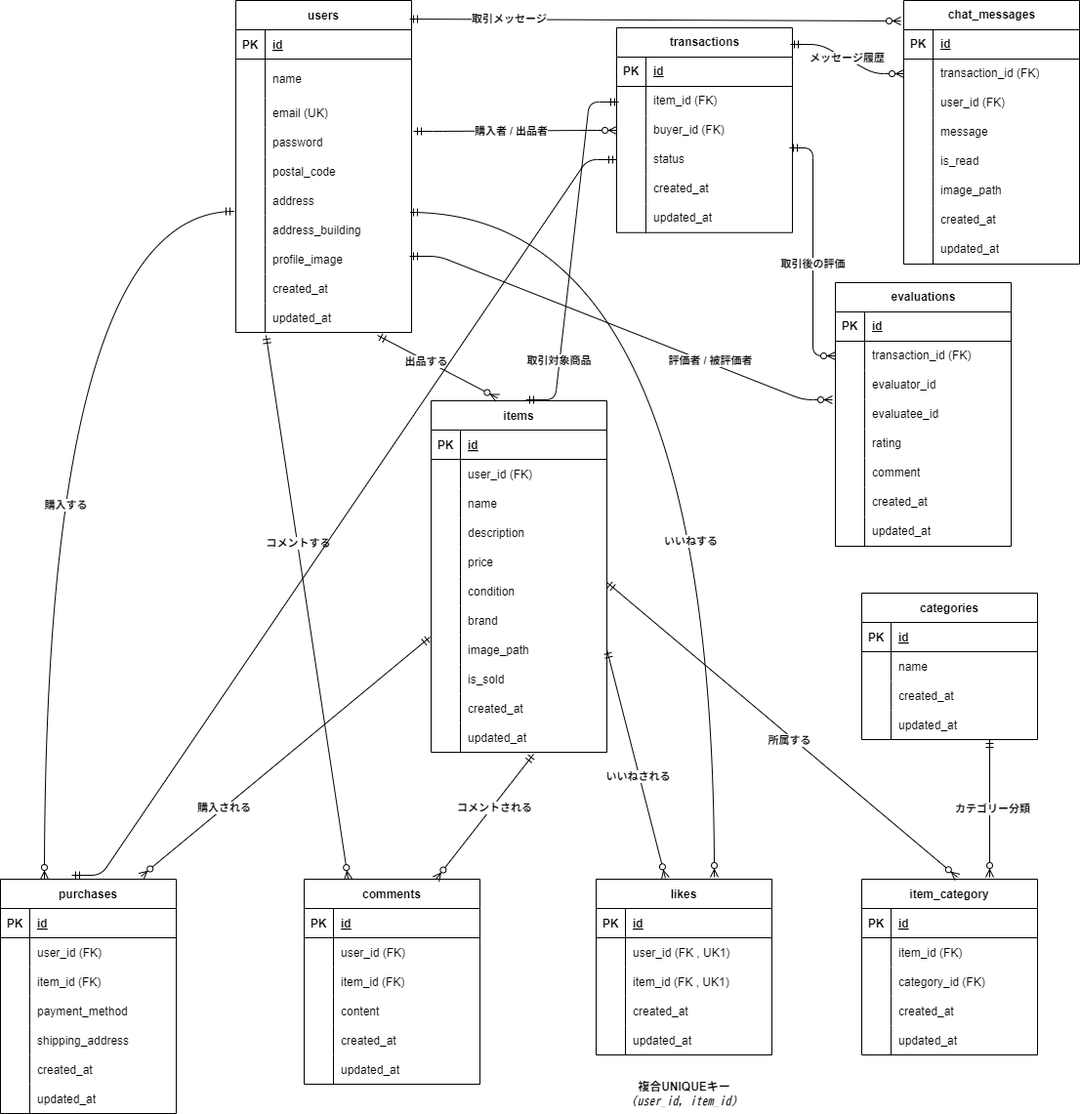
Before: ER.drawio.png, a diagram exported from draw.io (shimodum/mock-project-flea-market-app). Source tidied: cells renumbered, new cells last; positions are measured from the earlier drawing's top-left corner, leaving out a move shared by most shapes.
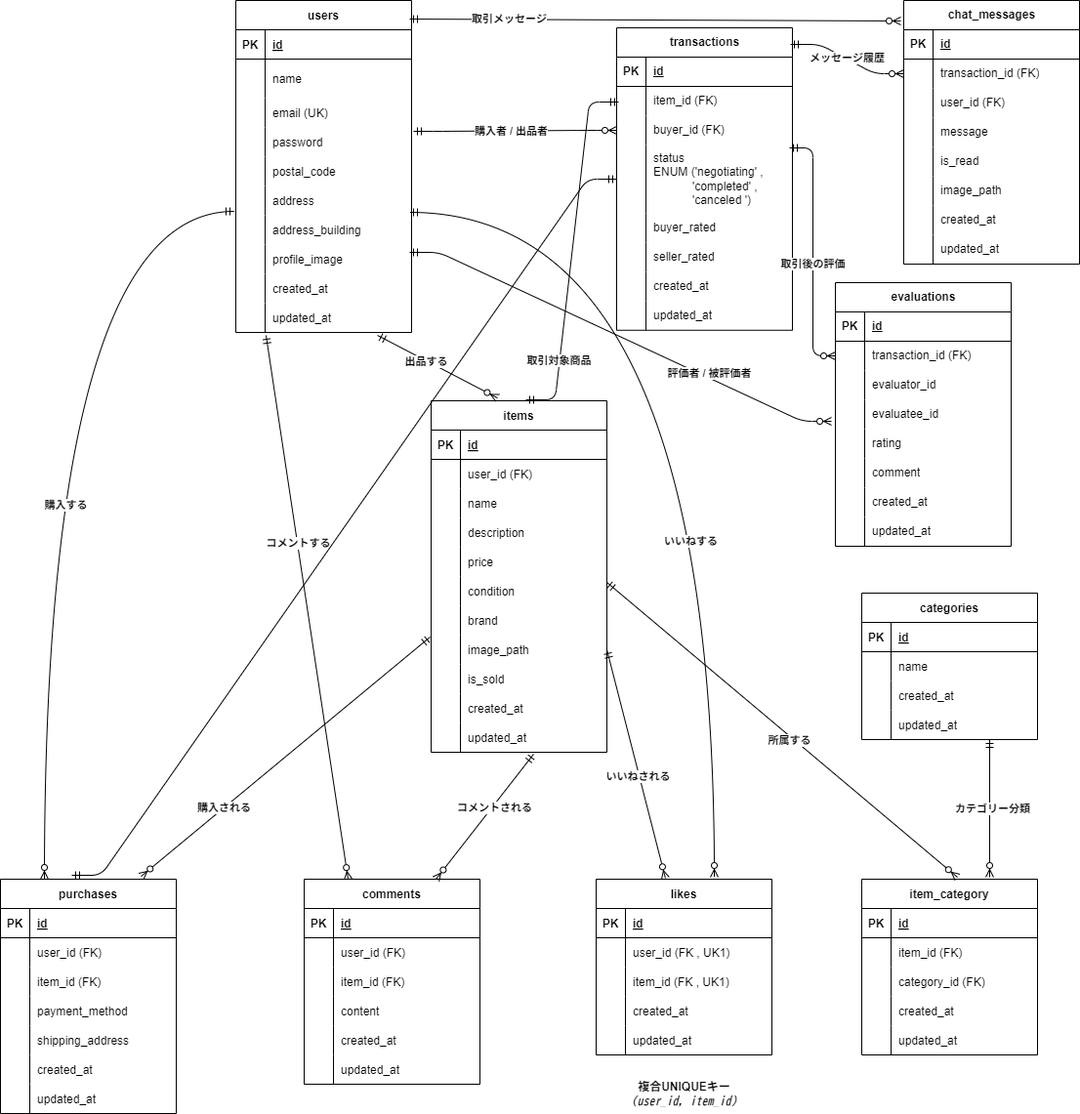
After the commit.

What changed in the source:
```diff
@@ -535,7 +535,7 @@
       </mxGeometry>
     </mxCell>
     <mxCell id="172" value="transactions" style="shape=table;startSize=30;rowLines=0;fontStyle=1;align=center;html=1;" parent="1" vertex="1">
-      <mxGeometry x="631" y="53" width="180" height="209.8" as="geometry" />
+      <mxGeometry x="631" y="53" width="180" height="309.8" as="geometry" />
     </mxCell>
     <mxCell id="173" style="shape=tableRow;horizontal=0;startSize=0;swimlaneHead=0;swimlaneBody=0;fillColor=none;top=0;left=0;right=0;bottom=1;" parent="172" vertex="1">
       <mxGeometry y="30" width="180" height="30" as="geometry" />
@@ -565,32 +565,50 @@
       <mxGeometry x="30" width="150" height="30" as="geometry" />
     </mxCell>
     <mxCell id="182" style="shape=tableRow;horizontal=0;startSize=0;swimlaneHead=0;swimlaneBody=0;fillColor=none;points=[[0,0.5],[1,0.5]];portConstraint=eastwest;top=0;left=0;right=0;bottom=0;" parent="172" vertex="1">
-      <mxGeometry y="120" width="180" height="30" as="geometry" />
+      <mxGeometry y="120" width="180" height="70" as="geometry" />
     </mxCell>
     <mxCell id="183" style="shape=partialRectangle;fillColor=none;top=0;left=0;bottom=0;right=0;overflow=hidden;whiteSpace=wrap;html=1;" parent="182" vertex="1">
-      <mxGeometry width="30" height="30" as="geometry" />
+      <mxGeometry width="30" height="70" as="geometry" />
     </mxCell>
-    <mxCell id="184" value="status" style="shape=partialRectangle;fillColor=none;top=0;left=0;bottom=0;right=0;align=left;spacingLeft=6;overflow=hidden;whiteSpace=wrap;html=1;" parent="182" vertex="1">
-      <mxGeometry x="30" width="150" height="30" as="geometry" />
+    <mxCell id="184" value="status&lt;div&gt;ENUM ('negotiating' ,&lt;/div&gt;&lt;div&gt;&amp;nbsp; &amp;nbsp; &amp;nbsp; &amp;nbsp; &amp;nbsp; &amp;nbsp; 'completed' ,&lt;/div&gt;&lt;div&gt;&amp;nbsp; &amp;nbsp; &amp;nbsp; &amp;nbsp; &amp;nbsp; &amp;nbsp; 'canceled ')&lt;/div&gt;" style="shape=partialRectangle;fillColor=none;top=0;left=0;bottom=0;right=0;align=left;spacingLeft=6;overflow=hidden;whiteSpace=wrap;html=1;" parent="182" vertex="1">
+      <mxGeometry x="30" width="150" height="70" as="geometry" />
     </mxCell>
     <mxCell id="185" style="shape=tableRow;horizontal=0;startSize=0;swimlaneHead=0;swimlaneBody=0;fillColor=none;top=0;left=0;right=0;bottom=0;" parent="172" vertex="1">
-      <mxGeometry y="150" width="180" height="30" as="geometry" />
+      <mxGeometry y="190" width="180" height="30" as="geometry" />
     </mxCell>
     <mxCell id="186" style="shape=partialRectangle;fillColor=none;top=0;left=0;bottom=0;right=0;overflow=hidden;whiteSpace=wrap;html=1;" parent="185" vertex="1">
       <mxGeometry width="30" height="30" as="geometry" />
     </mxCell>
-    <mxCell id="187" value="created_at" style="shape=partialRectangle;fillColor=none;top=0;left=0;bottom=0;right=0;align=left;spacingLeft=6;overflow=hidden;whiteSpace=wrap;html=1;" parent="185" vertex="1">
+    <mxCell id="187" value="buyer_rated" style="shape=partialRectangle;fillColor=none;top=0;left=0;bottom=0;right=0;align=left;spacingLeft=6;overflow=hidden;whiteSpace=wrap;html=1;" parent="185" vertex="1">
       <mxGeometry x="30" width="150" height="30" as="geometry" />
     </mxCell>
     <mxCell id="188" style="shape=tableRow;horizontal=0;startSize=0;swimlaneHead=0;swimlaneBody=0;fillColor=none;top=0;left=0;right=0;bottom=0;" parent="172" vertex="1">
-      <mxGeometry y="180" width="180" height="30" as="geometry" />
+      <mxGeometry y="220" width="180" height="30" as="geometry" />
     </mxCell>
     <mxCell id="189" style="shape=partialRectangle;fillColor=none;top=0;left=0;bottom=0;right=0;overflow=hidden;whiteSpace=wrap;html=1;" parent="188" vertex="1">
       <mxGeometry width="30" height="30" as="geometry" />
     </mxCell>
-    <mxCell id="190" value="updated_at" style="shape=partialRectangle;fillColor=none;top=0;left=0;bottom=0;right=0;align=left;spacingLeft=6;overflow=hidden;whiteSpace=wrap;html=1;" parent="188" vertex="1">
+    <mxCell id="190" value="seller_rated" style="shape=partialRectangle;fillColor=none;top=0;left=0;bottom=0;right=0;align=left;spacingLeft=6;overflow=hidden;whiteSpace=wrap;html=1;" parent="188" vertex="1">
       <mxGeometry x="30" width="150" height="30" as="geometry" />
     </mxCell>
+    <mxCell id="254" style="shape=tableRow;horizontal=0;startSize=0;swimlaneHead=0;swimlaneBody=0;fillColor=none;top=0;left=0;right=0;bottom=0;" parent="172" vertex="1">
+      <mxGeometry y="250" width="180" height="30" as="geometry" />
+    </mxCell>
+    <mxCell id="255" style="shape=partialRectangle;fillColor=none;top=0;left=0;bottom=0;right=0;overflow=hidden;whiteSpace=wrap;html=1;" parent="254" vertex="1">
+      <mxGeometry width="30" height="30" as="geometry" />
+    </mxCell>
+    <mxCell id="256" value="created_at" style="shape=partialRectangle;fillColor=none;top=0;left=0;bottom=0;right=0;align=left;spacingLeft=6;overflow=hidden;whiteSpace=wrap;html=1;" parent="254" vertex="1">
+      <mxGeometry x="30" width="150" height="30" as="geometry" />
+    </mxCell>
+    <mxCell id="257" style="shape=tableRow;horizontal=0;startSize=0;swimlaneHead=0;swimlaneBody=0;fillColor=none;top=0;left=0;right=0;bottom=0;" parent="172" vertex="1">
+      <mxGeometry y="280" width="180" height="30" as="geometry" />
+    </mxCell>
+    <mxCell id="258" style="shape=partialRectangle;fillColor=none;top=0;left=0;bottom=0;right=0;overflow=hidden;whiteSpace=wrap;html=1;" parent="257" vertex="1">
+      <mxGeometry width="30" height="30" as="geometry" />
+    </mxCell>
+    <mxCell id="259" value="updated_at" style="shape=partialRectangle;fillColor=none;top=0;left=0;bottom=0;right=0;align=left;spacingLeft=6;overflow=hidden;whiteSpace=wrap;html=1;" parent="257" vertex="1">
+      <mxGeometry x="30" width="150" height="30" as="geometry" />
+    </mxCell>
     <mxCell id="191" value="chat_messages" style="shape=table;startSize=30;rowLines=0;fontStyle=1;align=center;html=1;" parent="1" vertex="1">
       <mxGeometry x="925" y="25" width="180" height="270" as="geometry" />
     </mxCell>
@@ -783,9 +801,10 @@
         <mxPoint y="23" as="offset" />
       </mxGeometry>
     </mxCell>
-    <mxCell id="250" style="edgeStyle=entityRelationEdgeStyle;fontSize=12;html=1;endArrow=ERzeroToMany;startArrow=ERmandOne;entryX=-0.017;entryY=0;entryDx=0;entryDy=0;entryPerimeter=0;" parent="1" edge="1" target="226">
+    <mxCell id="250" style="edgeStyle=entityRelationEdgeStyle;fontSize=12;html=1;endArrow=ERzeroToMany;startArrow=ERmandOne;" parent="1" edge="1">
       <mxGeometry relative="1" as="geometry">
-        <mxPoint x="419" y="287" as="sourcePoint" />
+        <mxPoint x="419" y="283" as="sourcePoint" />
+        <mxPoint x="851" y="456" as="targetPoint" />
       </mxGeometry>
     </mxCell>
     <mxCell id="251" value="&lt;b&gt;評価者 / 被評価者&lt;/b&gt;" style="edgeLabel;html=1;align=center;verticalAlign=middle;" parent="250" vertex="1">
```
